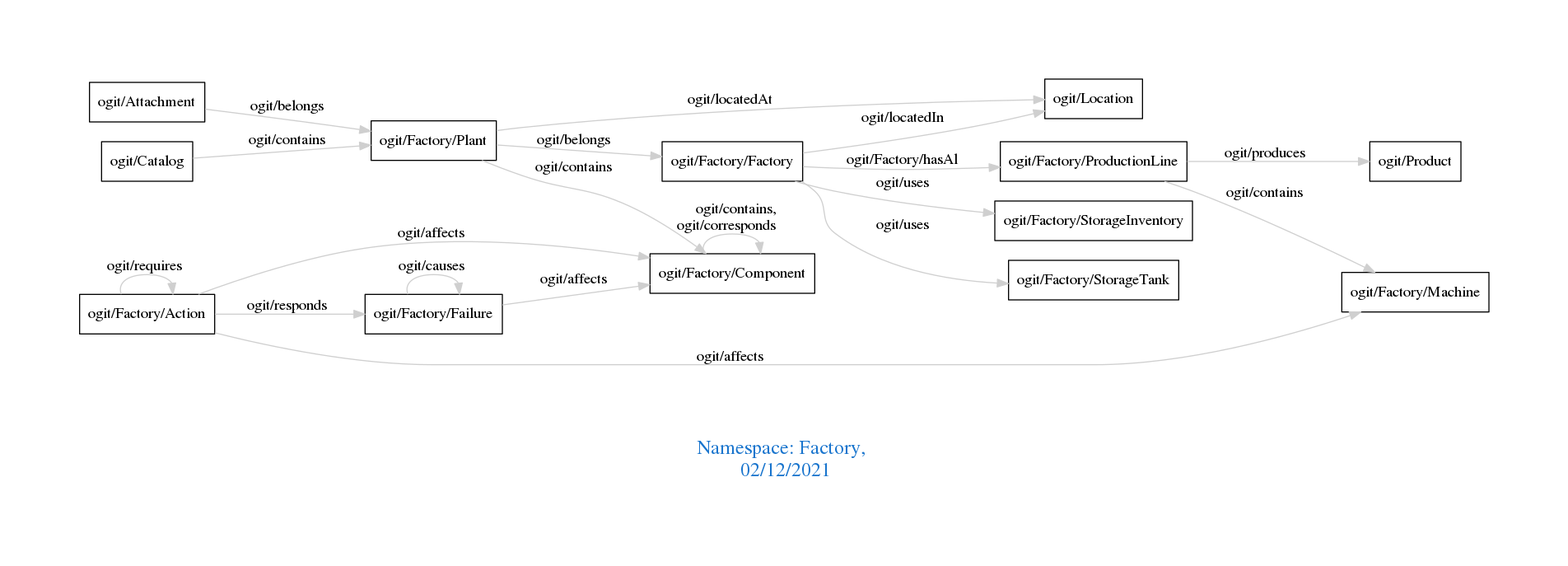
This is downloads/Factory.png from arago/OGIT, a Graphviz export, as it was before one commit. Its source is kept beside it as downloads/Factory.dot.
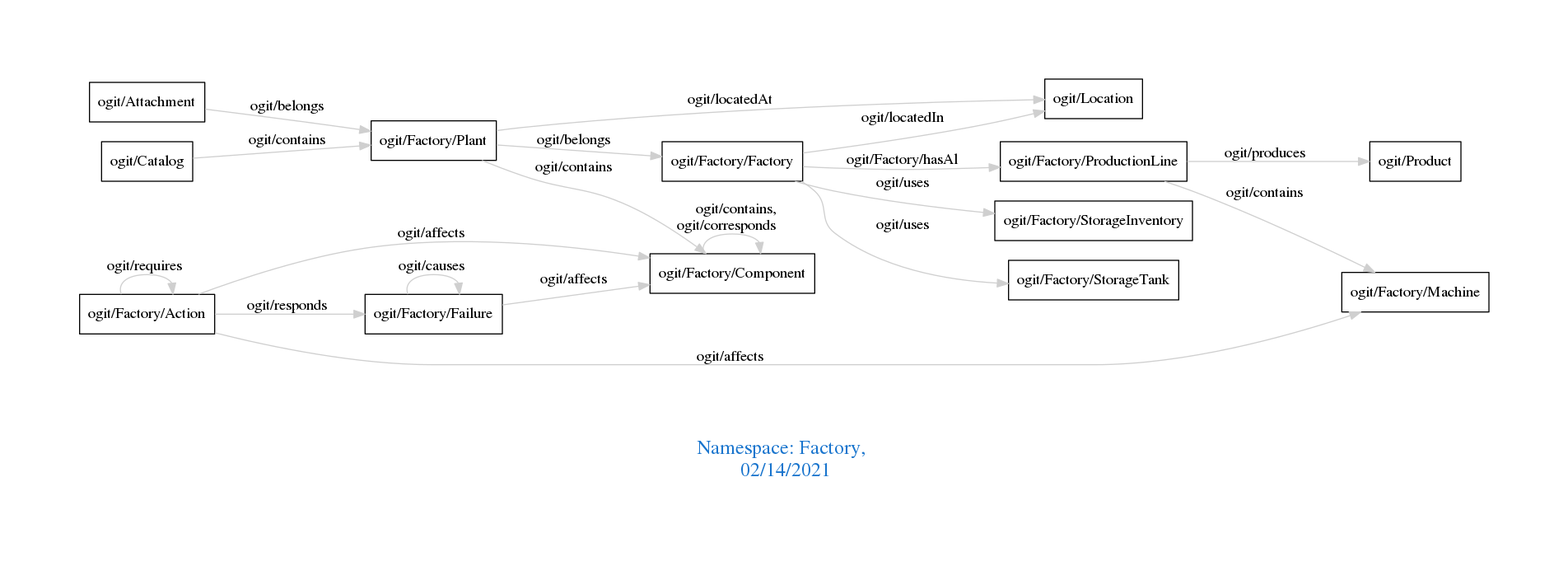
After the change.

What changed in the source:
```diff
@@ -1,7 +1,7 @@
 digraph OGIT_ontology {
  graph [ rankdir= LR,pad=1
 fontsize = 18,
-fontcolor= dodgerblue3,label = "\n\n\nNamespace: Factory, \n 02/12/2021"];
+fontcolor= dodgerblue3,label = "\n\n\nNamespace: Factory, \n 02/14/2021"];
 node[shape=polygon];
 edge [  color="gray81"];
 
```
